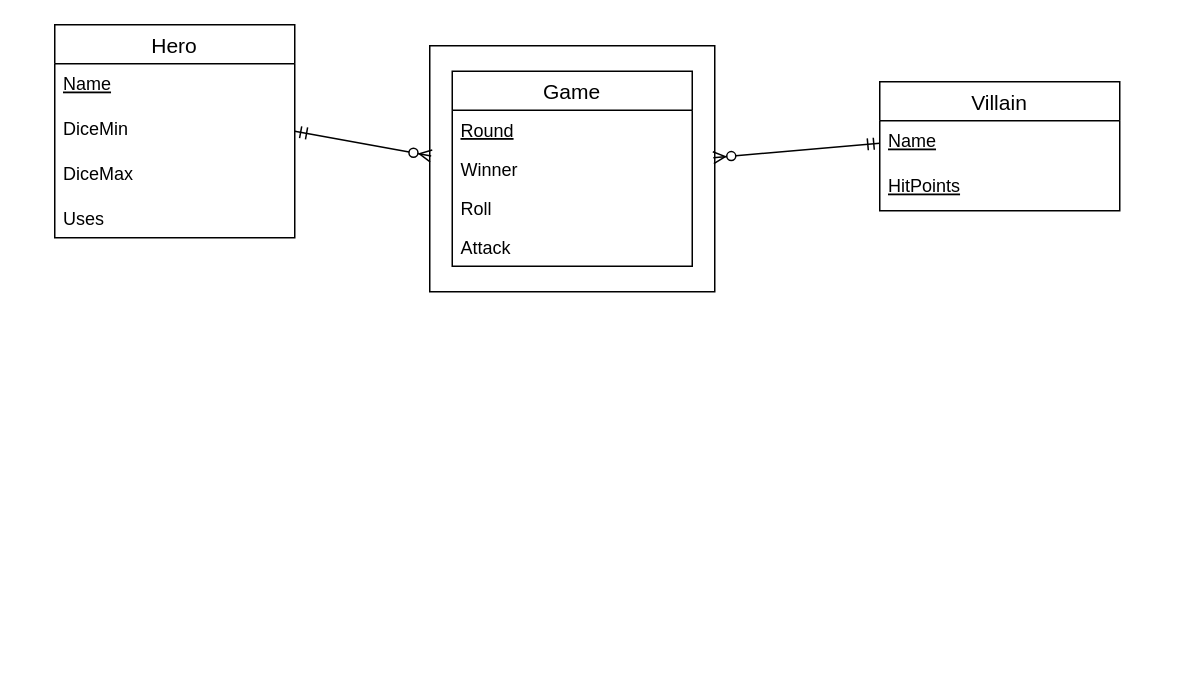
This is ERD.drawio from DanielD26/HeroGame, a draw.io file, before an edit. Source tidied: cells renumbered, new cells numbered last; positions are measured from the earlier drawing's top-left corner, leaving out a move shared by most shapes. Both pictures are drawn from the tidied source at 150%, with x=0, y=0 at pixel (54, 24).
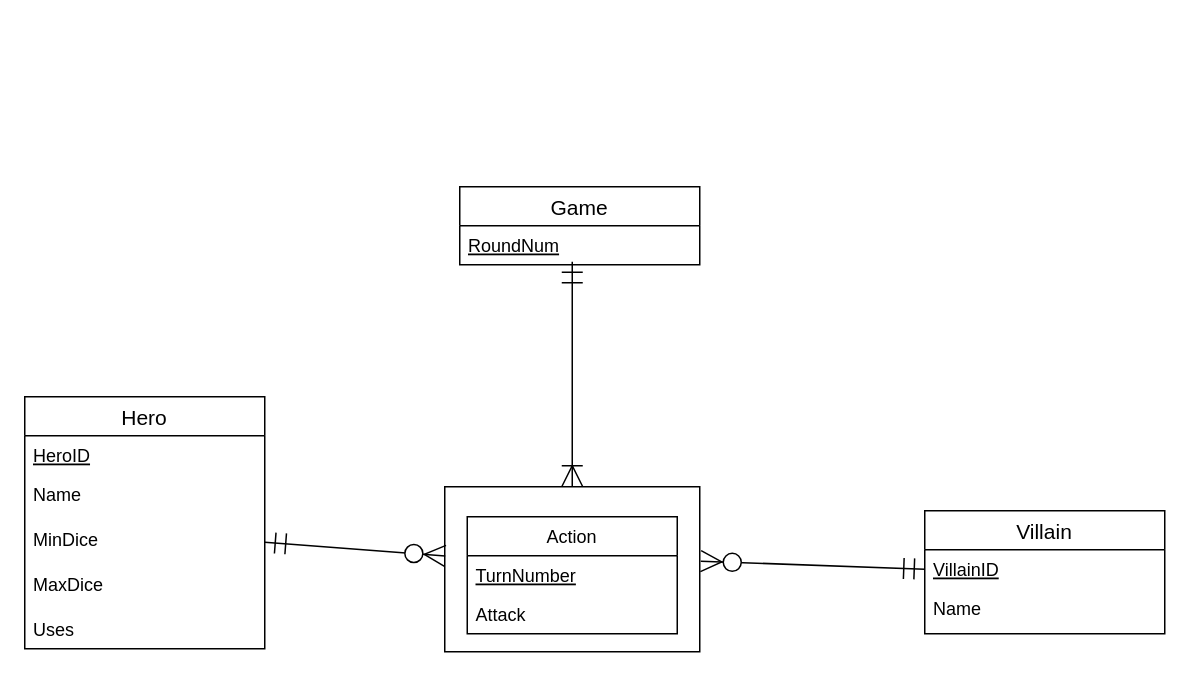
After the change.

Commit message (it also covers changes not shown here):
DDL Draft Completed

The edit, as a diff of the source:
```diff
@@
     <mxCell id="2" value="Hero" style="swimlane;fontStyle=0;horizontal=1;startSize=26;align=center;fontSize=14;" parent="1" vertex="1">
-      <mxGeometry width="160" height="142" as="geometry" />
+      <mxGeometry x="-20" y="248" width="160" height="168" as="geometry" />
     </mxCell>
+    <mxCell id="18" value="HeroID" style="text;strokeColor=none;fillColor=none;align=left;verticalAlign=top;spacingLeft=4;spacingRight=4;overflow=hidden;fontStyle=4;" parent="2" vertex="1">
+      <mxGeometry y="26" width="160" height="26" as="geometry" />
+    </mxCell>
-    <mxCell id="3" value="Name" style="text;strokeColor=none;fillColor=none;spacingLeft=4;spacingRight=4;overflow=hidden;fontSize=12;fontStyle=4;" parent="2" vertex="1">
-      <mxGeometry y="26" width="160" height="30" as="geometry" />
+    <mxCell id="3" value="Name" style="text;strokeColor=none;fillColor=none;spacingLeft=4;spacingRight=4;overflow=hidden;fontSize=12;fontStyle=0;" parent="2" vertex="1">
+      <mxGeometry y="52" width="160" height="30" as="geometry" />
     </mxCell>
-    <mxCell id="4" value="DiceMin" style="text;strokeColor=none;fillColor=none;spacingLeft=4;spacingRight=4;overflow=hidden;points=[[0,0.5],[1,0.5]];portConstraint=eastwest;fontSize=12;" parent="2" vertex="1">
-      <mxGeometry y="56" width="160" height="30" as="geometry" />
+    <mxCell id="4" value="MinDice" style="text;strokeColor=none;fillColor=none;spacingLeft=4;spacingRight=4;overflow=hidden;points=[[0,0.5],[1,0.5]];portConstraint=eastwest;fontSize=12;" parent="2" vertex="1">
+      <mxGeometry y="82" width="160" height="30" as="geometry" />
     </mxCell>
-    <mxCell id="5" value="DiceMax" style="text;strokeColor=none;fillColor=none;spacingLeft=4;spacingRight=4;overflow=hidden;fontSize=12;" parent="2" vertex="1">
-      <mxGeometry y="86" width="160" height="30" as="geometry" />
+    <mxCell id="5" value="MaxDice" style="text;strokeColor=none;fillColor=none;spacingLeft=4;spacingRight=4;overflow=hidden;fontSize=12;" parent="2" vertex="1">
+      <mxGeometry y="112" width="160" height="30" as="geometry" />
     </mxCell>
     <mxCell id="6" value="Uses" style="text;strokeColor=none;fillColor=none;align=left;verticalAlign=top;spacingLeft=4;spacingRight=4;overflow=hidden;" parent="2" vertex="1">
-      <mxGeometry y="116" width="160" height="26" as="geometry" />
+      <mxGeometry y="142" width="160" height="26" as="geometry" />
     </mxCell>
     <mxCell id="7" value="Villain" style="swimlane;fontStyle=0;horizontal=1;startSize=26;align=center;fontSize=14;" parent="1" vertex="1">
-      <mxGeometry x="550" y="38" width="160" height="86" as="geometry" />
+      <mxGeometry x="580" y="324" width="160" height="82" as="geometry" />
     </mxCell>
+    <mxCell id="19" value="VillainID" style="text;strokeColor=none;fillColor=none;align=left;verticalAlign=top;spacingLeft=4;spacingRight=4;overflow=hidden;points=[[0,0.5],[1,0.5]];portConstraint=eastwest;fontStyle=4;" parent="7" vertex="1">
+      <mxGeometry y="26" width="160" height="26" as="geometry" />
+    </mxCell>
-    <mxCell id="8" value="Name" style="text;strokeColor=none;fillColor=none;spacingLeft=4;spacingRight=4;overflow=hidden;points=[[0,0.5],[1,0.5]];portConstraint=eastwest;fontSize=12;fontStyle=4;" parent="7" vertex="1">
-      <mxGeometry y="26" width="160" height="30" as="geometry" />
+    <mxCell id="8" value="Name" style="text;strokeColor=none;fillColor=none;spacingLeft=4;spacingRight=4;overflow=hidden;points=[[0,0.5],[1,0.5]];portConstraint=eastwest;fontSize=12;fontStyle=0;" parent="7" vertex="1">
+      <mxGeometry y="52" width="160" height="30" as="geometry" />
     </mxCell>
-    <mxCell id="9" value="HitPoints" style="text;strokeColor=none;fillColor=none;spacingLeft=4;spacingRight=4;overflow=hidden;fontSize=12;fontStyle=4;" parent="7" vertex="1">
-      <mxGeometry y="56" width="160" height="30" as="geometry" />
-    </mxCell>
     <mxCell id="10" style="rounded=0;whiteSpace=wrap;html=1;" parent="1" vertex="1">
-      <mxGeometry x="250" y="14" width="190" height="164" as="geometry" />
+      <mxGeometry x="260" y="308" width="170" height="110" as="geometry" />
     </mxCell>
     <mxCell id="11" value="Game" style="swimlane;fontStyle=0;horizontal=1;startSize=26;align=center;fontSize=14;" parent="1" vertex="1">
-      <mxGeometry x="265" y="31" width="160" height="130" as="geometry" />
+      <mxGeometry x="270" y="108" width="160" height="52" as="geometry" />
     </mxCell>
-    <mxCell id="12" value="Round" style="text;strokeColor=none;fillColor=none;align=left;verticalAlign=top;spacingLeft=4;spacingRight=4;overflow=hidden;fontStyle=4;" parent="11" vertex="1">
+    <mxCell id="12" value="RoundNum" style="text;strokeColor=none;fillColor=none;align=left;verticalAlign=top;spacingLeft=4;spacingRight=4;overflow=hidden;fontStyle=4;" parent="11" vertex="1">
       <mxGeometry y="26" width="160" height="26" as="geometry" />
     </mxCell>
-    <mxCell id="13" value="Winner" style="text;strokeColor=none;fillColor=none;align=left;verticalAlign=top;spacingLeft=4;spacingRight=4;overflow=hidden;fontStyle=0;" parent="11" vertex="1">
-      <mxGeometry y="52" width="160" height="26" as="geometry" />
-    </mxCell>
-    <mxCell id="14" value="Roll" style="text;strokeColor=none;fillColor=none;align=left;verticalAlign=top;spacingLeft=4;spacingRight=4;overflow=hidden;" parent="11" vertex="1">
-      <mxGeometry y="78" width="160" height="26" as="geometry" />
-    </mxCell>
+    <mxCell id="20" value="Action" style="swimlane;fontStyle=0;horizontal=1;startSize=26;" parent="1" vertex="1">
+      <mxGeometry x="275" y="328" width="140" height="78" as="geometry" />
+    </mxCell>
+    <mxCell id="21" value="TurnNumber" style="text;strokeColor=none;fillColor=none;align=left;verticalAlign=top;spacingLeft=4;spacingRight=4;overflow=hidden;fontStyle=4;" parent="20" vertex="1">
+      <mxGeometry y="26" width="140" height="26" as="geometry" />
+    </mxCell>
-    <mxCell id="15" value="Attack&#10;" style="text;strokeColor=none;fillColor=none;align=left;verticalAlign=top;spacingLeft=4;spacingRight=4;overflow=hidden;" parent="11" vertex="1">
-      <mxGeometry y="104" width="160" height="26" as="geometry" />
+    <mxCell id="15" value="Attack" style="text;strokeColor=none;fillColor=none;align=left;verticalAlign=top;spacingLeft=4;spacingRight=4;overflow=hidden;" parent="20" vertex="1">
+      <mxGeometry y="52" width="140" height="26" as="geometry" />
     </mxCell>
+    <mxCell id="22" style="fontSize=12;html=1;endArrow=ERoneToMany;startArrow=ERmandOne;entryX=0.5;entryY=0;entryDx=0;entryDy=0;endFill=0;fontStyle=1;endSize=12;startSize=12;" parent="1" edge="1" target="10">
+      <mxGeometry relative="1" as="geometry">
+        <mxPoint x="345" y="158" as="sourcePoint" />
+      </mxGeometry>
+    </mxCell>
-    <mxCell id="16" style="fontSize=12;html=1;endArrow=ERzeroToMany;startArrow=ERmandOne;rounded=1;entryX=0.005;entryY=0.448;entryDx=0;entryDy=0;exitX=1;exitY=0.5;exitDx=0;exitDy=0;endFill=1;entryPerimeter=0;" parent="1" edge="1" source="4" target="10">
+    <mxCell id="16" style="fontSize=12;html=1;endArrow=ERzeroToMany;startArrow=ERmandOne;entryX=0.002;entryY=0.419;entryDx=0;entryDy=0;exitX=1;exitY=0.5;exitDx=0;exitDy=0;endFill=1;endSize=12;startSize=12;entryPerimeter=0;" parent="1" edge="1" source="4" target="10">
       <mxGeometry relative="1" as="geometry" />
     </mxCell>
-    <mxCell id="17" style="fontSize=12;html=1;endArrow=ERzeroToMany;startArrow=ERmandOne;entryX=0.995;entryY=0.455;entryDx=0;entryDy=0;exitX=0;exitY=0.5;exitDx=0;exitDy=0;endFill=1;entryPerimeter=0;" parent="1" edge="1" source="8" target="10">
-      <mxGeometry relative="1" as="geometry" />
-    </mxCell>
+    <mxCell id="23" style="fontSize=12;html=1;endArrow=ERzeroToMany;startArrow=ERmandOne;exitX=0;exitY=0.5;exitDx=0;exitDy=0;endFill=1;endSize=12;startSize=12;entryX=1.004;entryY=0.451;entryDx=0;entryDy=0;entryPerimeter=0;" parent="1" edge="1" source="19" target="10">
+      <mxGeometry relative="1" as="geometry" />
+    </mxCell>
```
